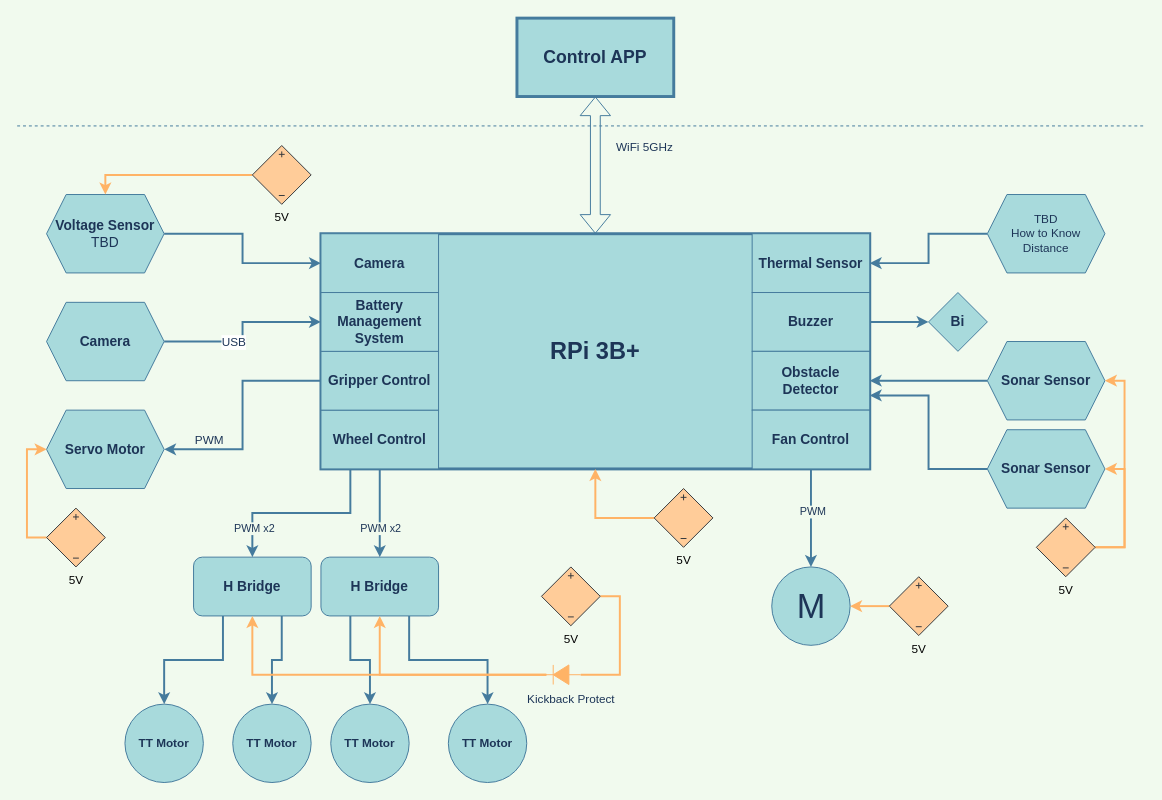
Earlier version of the draw.io diagram Electrical/Block Diagram.drawio (WildfootW/NTU-BIME_Final-Project). Source tidied: cells renumbered, new cells numbered last; positions are measured from the earlier drawing's top-left corner, leaving out a move shared by most shapes. Both pictures are drawn from the tidied source at 98%, with x=0, y=0 at pixel (17, 18).
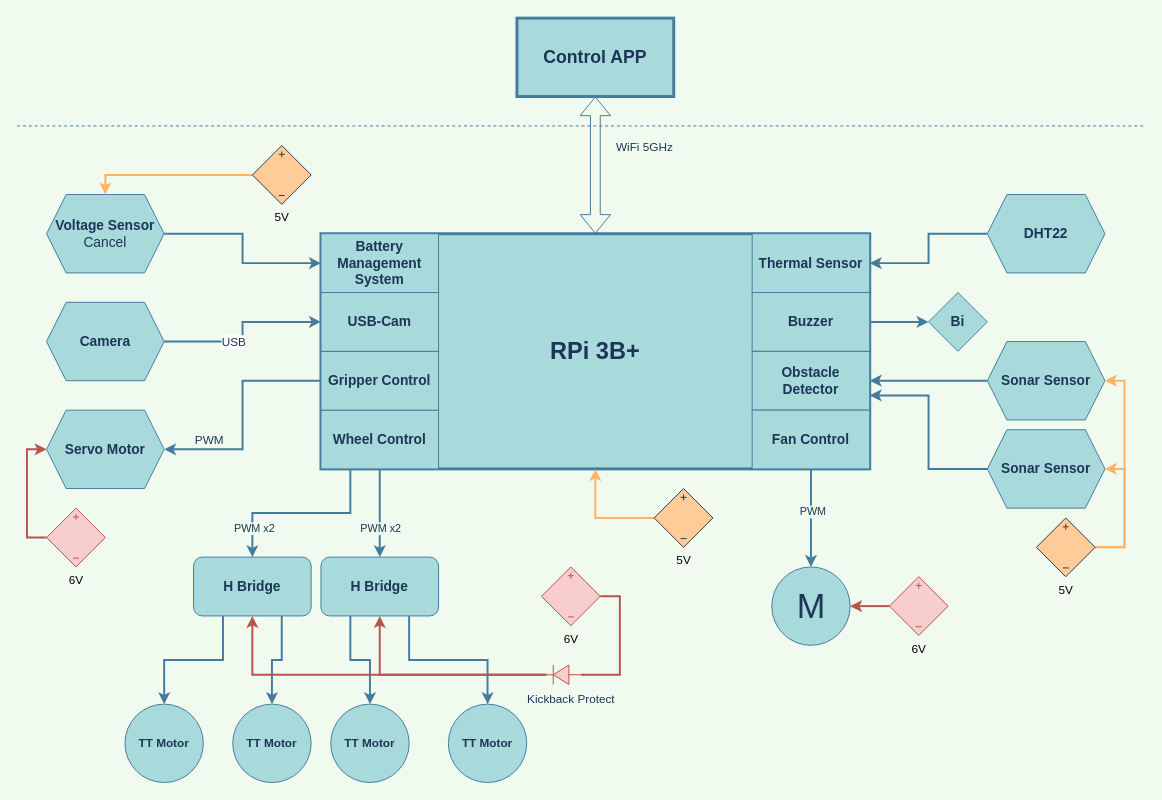
The same page after the edit.

Unchanged cells that the change refers to:
```xml
<mxCell id="28" value="&lt;h3&gt;Servo Motor&lt;/h3&gt;" style="shape=hexagon;perimeter=hexagonPerimeter2;whiteSpace=wrap;html=1;fixedSize=1;strokeWidth=1;fontSize=12;fillColor=#A8DADC;strokeColor=#457B9D;fontColor=#1D3557;" parent="1" vertex="1">
  <mxGeometry x="30" y="400" width="120" height="80" as="geometry" />
</mxCell>
<mxCell id="31" value="&lt;h3&gt;H Bridge&lt;/h3&gt;" style="rounded=1;whiteSpace=wrap;html=1;strokeWidth=1;fontSize=12;fillColor=#A8DADC;strokeColor=#457B9D;fontColor=#1D3557;" parent="1" vertex="1">
  <mxGeometry x="310" y="550" width="120" height="60" as="geometry" />
</mxCell>
<mxCell id="37" value="M" style="verticalLabelPosition=middle;shadow=0;dashed=0;align=center;html=1;verticalAlign=middle;strokeWidth=1;shape=ellipse;fontSize=35;fillColor=#A8DADC;strokeColor=#457B9D;fontColor=#1D3557;" parent="1" vertex="1">
  <mxGeometry x="770" y="560" width="80" height="80" as="geometry" />
</mxCell>
<mxCell id="40" value="&lt;h3&gt;H Bridge&lt;/h3&gt;" style="rounded=1;whiteSpace=wrap;html=1;strokeWidth=1;fontSize=12;fillColor=#A8DADC;strokeColor=#457B9D;fontColor=#1D3557;" parent="1" vertex="1">
  <mxGeometry x="180" y="550" width="120" height="60" as="geometry" />
</mxCell>
```

Change to the diagram source:
```diff
@@
-    <mxCell id="13" value="&lt;h3&gt;Battery Management System&lt;/h3&gt;" style="rounded=0;whiteSpace=wrap;html=1;strokeWidth=1;fillColor=#A8DADC;strokeColor=#457B9D;fontColor=#1D3557;" parent="1" vertex="1">
+    <mxCell id="13" value="&lt;h3&gt;USB-Cam&lt;/h3&gt;" style="rounded=0;whiteSpace=wrap;html=1;strokeWidth=1;fillColor=#A8DADC;strokeColor=#457B9D;fontColor=#1D3557;" parent="1" vertex="1">
       <mxGeometry x="310" y="280" width="120" height="60" as="geometry" />
     </mxCell>
-    <mxCell id="14" value="&lt;h3&gt;Camera&lt;/h3&gt;" style="rounded=0;whiteSpace=wrap;html=1;strokeWidth=1;fillColor=#A8DADC;strokeColor=#457B9D;fontColor=#1D3557;" parent="1" vertex="1">
+    <mxCell id="14" value="&lt;h3&gt;Battery Management System&lt;/h3&gt;" style="rounded=0;whiteSpace=wrap;html=1;strokeWidth=1;fillColor=#A8DADC;strokeColor=#457B9D;fontColor=#1D3557;" parent="1" vertex="1">
       <mxGeometry x="310" y="220" width="120" height="60" as="geometry" />
     </mxCell>
@@
-    <mxCell id="24" value="&lt;h3&gt;Voltage Sensor&lt;br&gt;&lt;span style=&quot;font-weight: normal;&quot;&gt;TBD&lt;/span&gt;&lt;/h3&gt;" style="shape=hexagon;perimeter=hexagonPerimeter2;whiteSpace=wrap;html=1;fixedSize=1;strokeWidth=1;fontSize=12;fillColor=#A8DADC;strokeColor=#457B9D;fontColor=#1D3557;" parent="1" vertex="1">
+    <mxCell id="24" value="&lt;h3&gt;Voltage Sensor&lt;br&gt;&lt;span style=&quot;font-weight: 400;&quot;&gt;Cancel&lt;/span&gt;&lt;/h3&gt;" style="shape=hexagon;perimeter=hexagonPerimeter2;whiteSpace=wrap;html=1;fixedSize=1;strokeWidth=1;fontSize=12;fillColor=#A8DADC;strokeColor=#457B9D;fontColor=#1D3557;" parent="1" vertex="1">
       <mxGeometry x="30" y="180" width="120" height="80" as="geometry" />
     </mxCell>
@@
-    <mxCell id="33" value="TBD&lt;br&gt;How to Know Distance" style="shape=hexagon;perimeter=hexagonPerimeter2;whiteSpace=wrap;html=1;fixedSize=1;strokeWidth=1;fontSize=12;fillColor=#A8DADC;strokeColor=#457B9D;fontColor=#1D3557;" parent="1" vertex="1">
+    <mxCell id="33" value="&lt;h3&gt;DHT22&lt;/h3&gt;" style="shape=hexagon;perimeter=hexagonPerimeter2;whiteSpace=wrap;html=1;fixedSize=1;strokeWidth=1;fontSize=12;fillColor=#A8DADC;strokeColor=#457B9D;fontColor=#1D3557;" parent="1" vertex="1">
       <mxGeometry x="990" y="180" width="120" height="80" as="geometry" />
     </mxCell>
@@
-    <mxCell id="43" style="edgeStyle=orthogonalEdgeStyle;rounded=0;jettySize=auto;html=1;exitX=1;exitY=0.5;exitDx=0;exitDy=0;exitPerimeter=0;entryX=0;entryY=0.5;entryDx=0;entryDy=0;entryPerimeter=0;strokeColor=#FFB366;strokeWidth=2;fontSize=12;fontColor=#1D3557;fillColor=#A8DADC;endArrow=none;endFill=0;" parent="1" edge="1" source="44" target="54">
+    <mxCell id="43" style="edgeStyle=orthogonalEdgeStyle;rounded=0;jettySize=auto;html=1;exitX=1;exitY=0.5;exitDx=0;exitDy=0;exitPerimeter=0;entryX=0;entryY=0.5;entryDx=0;entryDy=0;entryPerimeter=0;strokeColor=#b85450;strokeWidth=2;fontSize=12;fontColor=#1D3557;fillColor=#f8cecc;endArrow=none;endFill=0;" parent="1" edge="1" source="44" target="54">
       <mxGeometry relative="1" as="geometry" />
     </mxCell>
-    <mxCell id="44" value="5V" style="verticalLabelPosition=bottom;shadow=0;dashed=0;align=center;html=1;verticalAlign=top;shape=mxgraph.electrical.signal_sources.source;points=[[0.5,0,0],[1,0.5,0],[0.5,1,0],[0,0.5,0]];elSourceType=dependent;elSignalType=dc3;strokeColor=#36393d;fillColor=#ffcc99;" parent="1" vertex="1">
+    <mxCell id="44" value="6V" style="verticalLabelPosition=bottom;shadow=0;dashed=0;align=center;html=1;verticalAlign=top;shape=mxgraph.electrical.signal_sources.source;points=[[0.5,0,0],[1,0.5,0],[0.5,1,0],[0,0.5,0]];elSourceType=dependent;elSignalType=dc3;strokeColor=#b85450;fillColor=#f8cecc;" parent="1" vertex="1">
       <mxGeometry x="535" y="560" width="60" height="60" as="geometry" />
     </mxCell>
@@
-    <mxCell id="54" style="fillColor=#FFB366;verticalLabelPosition=bottom;shadow=0;dashed=0;align=center;html=1;verticalAlign=top;shape=mxgraph.electrical.diodes.diode;strokeColor=#FFB366;fontSize=12;rotation=-180;portConstraintRotation=0;fixDash=0;movableLabel=1;fontColor=#000000;" parent="1" vertex="1">
+    <mxCell id="54" style="fillColor=#f8cecc;verticalLabelPosition=bottom;shadow=0;dashed=0;align=center;html=1;verticalAlign=top;shape=mxgraph.electrical.diodes.diode;strokeColor=#b85450;fontSize=12;rotation=-180;portConstraintRotation=0;fixDash=0;movableLabel=1;" parent="1" vertex="1">
       <mxGeometry x="535" y="660" width="40" height="20" as="geometry" />
     </mxCell>
@@
-    <mxCell id="56" style="edgeStyle=orthogonalEdgeStyle;rounded=0;jettySize=auto;html=1;exitX=0;exitY=0.5;exitDx=0;exitDy=0;exitPerimeter=0;entryX=1;entryY=0.5;entryDx=0;entryDy=0;strokeColor=#FFB366;strokeWidth=2;fontSize=12;fontColor=#1D3557;endArrow=classic;endFill=1;fillColor=#A8DADC;startArrow=none;startFill=0;" parent="1" edge="1" source="57" target="37">
+    <mxCell id="56" style="edgeStyle=orthogonalEdgeStyle;rounded=0;jettySize=auto;html=1;exitX=0;exitY=0.5;exitDx=0;exitDy=0;exitPerimeter=0;entryX=1;entryY=0.5;entryDx=0;entryDy=0;strokeColor=#b85450;strokeWidth=2;fontSize=12;fontColor=#1D3557;endArrow=classic;endFill=1;fillColor=#f8cecc;startArrow=none;startFill=0;" parent="1" edge="1" source="57" target="37">
       <mxGeometry relative="1" as="geometry" />
     </mxCell>
-    <mxCell id="57" value="5V" style="verticalLabelPosition=bottom;shadow=0;dashed=0;align=center;html=1;verticalAlign=top;shape=mxgraph.electrical.signal_sources.source;points=[[0.5,0,0],[1,0.5,0],[0.5,1,0],[0,0.5,0]];elSourceType=dependent;elSignalType=dc3;strokeColor=#36393d;fillColor=#ffcc99;" parent="1" vertex="1">
+    <mxCell id="57" value="6V" style="verticalLabelPosition=bottom;shadow=0;dashed=0;align=center;html=1;verticalAlign=top;shape=mxgraph.electrical.signal_sources.source;points=[[0.5,0,0],[1,0.5,0],[0.5,1,0],[0,0.5,0]];elSourceType=dependent;elSignalType=dc3;strokeColor=#b85450;fillColor=#f8cecc;" parent="1" vertex="1">
       <mxGeometry x="890" y="570" width="60" height="60" as="geometry" />
     </mxCell>
-    <mxCell id="58" style="edgeStyle=orthogonalEdgeStyle;rounded=0;jettySize=auto;html=1;exitX=0;exitY=0.5;exitDx=0;exitDy=0;exitPerimeter=0;entryX=0;entryY=0.5;entryDx=0;entryDy=0;strokeColor=#FFB366;strokeWidth=2;fontSize=12;fontColor=#1D3557;startArrow=none;startFill=0;endArrow=classic;endFill=1;fillColor=#A8DADC;" parent="1" edge="1" source="59" target="28">
+    <mxCell id="58" style="edgeStyle=orthogonalEdgeStyle;rounded=0;jettySize=auto;html=1;exitX=0;exitY=0.5;exitDx=0;exitDy=0;exitPerimeter=0;entryX=0;entryY=0.5;entryDx=0;entryDy=0;strokeColor=#b85450;strokeWidth=2;fontSize=12;fontColor=#1D3557;startArrow=none;startFill=0;endArrow=classic;endFill=1;fillColor=#f8cecc;" parent="1" edge="1" source="59" target="28">
       <mxGeometry relative="1" as="geometry" />
     </mxCell>
-    <mxCell id="59" value="5V" style="verticalLabelPosition=bottom;shadow=0;dashed=0;align=center;html=1;verticalAlign=top;shape=mxgraph.electrical.signal_sources.source;points=[[0.5,0,0],[1,0.5,0],[0.5,1,0],[0,0.5,0]];elSourceType=dependent;elSignalType=dc3;strokeColor=#36393d;fillColor=#ffcc99;" parent="1" vertex="1">
+    <mxCell id="59" value="6V" style="verticalLabelPosition=bottom;shadow=0;dashed=0;align=center;html=1;verticalAlign=top;shape=mxgraph.electrical.signal_sources.source;points=[[0.5,0,0],[1,0.5,0],[0.5,1,0],[0,0.5,0]];elSourceType=dependent;elSignalType=dc3;strokeColor=#b85450;fillColor=#f8cecc;" parent="1" vertex="1">
       <mxGeometry x="30" y="500" width="60" height="60" as="geometry" />
     </mxCell>
@@
-    <mxCell id="62" style="edgeStyle=orthogonalEdgeStyle;rounded=0;jettySize=auto;html=1;strokeColor=#FFB366;fontColor=#1D3557;fillColor=#fad7ac;entryX=0.5;entryY=1;entryDx=0;entryDy=0;strokeWidth=2;" parent="1" edge="1" target="40">
+    <mxCell id="62" style="edgeStyle=orthogonalEdgeStyle;rounded=0;jettySize=auto;html=1;strokeColor=#b85450;fontColor=#1D3557;fillColor=#f8cecc;entryX=0.5;entryY=1;entryDx=0;entryDy=0;strokeWidth=2;" parent="1" edge="1" target="40">
       <mxGeometry relative="1" as="geometry">
         <mxPoint x="540" y="670" as="sourcePoint" />
         <Array as="points">
           <mxPoint x="540" y="670" />
           <mxPoint x="240" y="670" />
         </Array>
       </mxGeometry>
     </mxCell>
-    <mxCell id="63" style="edgeStyle=orthogonalEdgeStyle;rounded=0;jettySize=auto;html=1;strokeColor=#FFB366;fontColor=#1D3557;fillColor=#fad7ac;entryX=0.5;entryY=1;entryDx=0;entryDy=0;strokeWidth=2;" parent="1" edge="1" target="31">
+    <mxCell id="63" style="edgeStyle=orthogonalEdgeStyle;rounded=0;jettySize=auto;html=1;strokeColor=#b85450;fontColor=#1D3557;fillColor=#f8cecc;entryX=0.5;entryY=1;entryDx=0;entryDy=0;strokeWidth=2;" parent="1" edge="1" target="31">
       <mxGeometry relative="1" as="geometry">
         <mxPoint x="540" y="670" as="sourcePoint" />
         <Array as="points">
           <mxPoint x="540" y="670" />
           <mxPoint x="370" y="670" />
         </Array>
       </mxGeometry>
     </mxCell>
```
